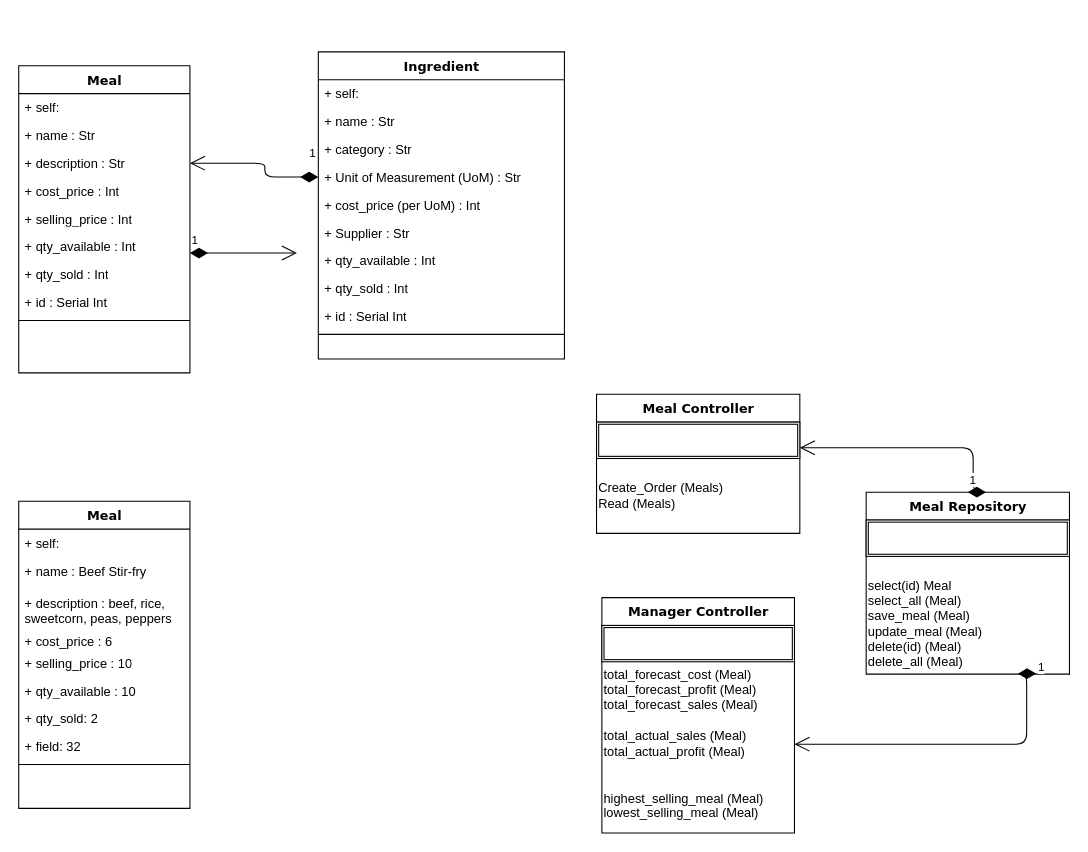
This is documentation/Class Diagram.drawio from KryptoFlamingo/Inventory_Management_App, a draw.io file, before an edit. Source tidied: cells renumbered, new cells numbered last; positions are measured from the earlier drawing's top-left corner, leaving out a move shared by most shapes. Both pictures are drawn from the tidied source at 107%, with x=0, y=0 at pixel (18, 51).
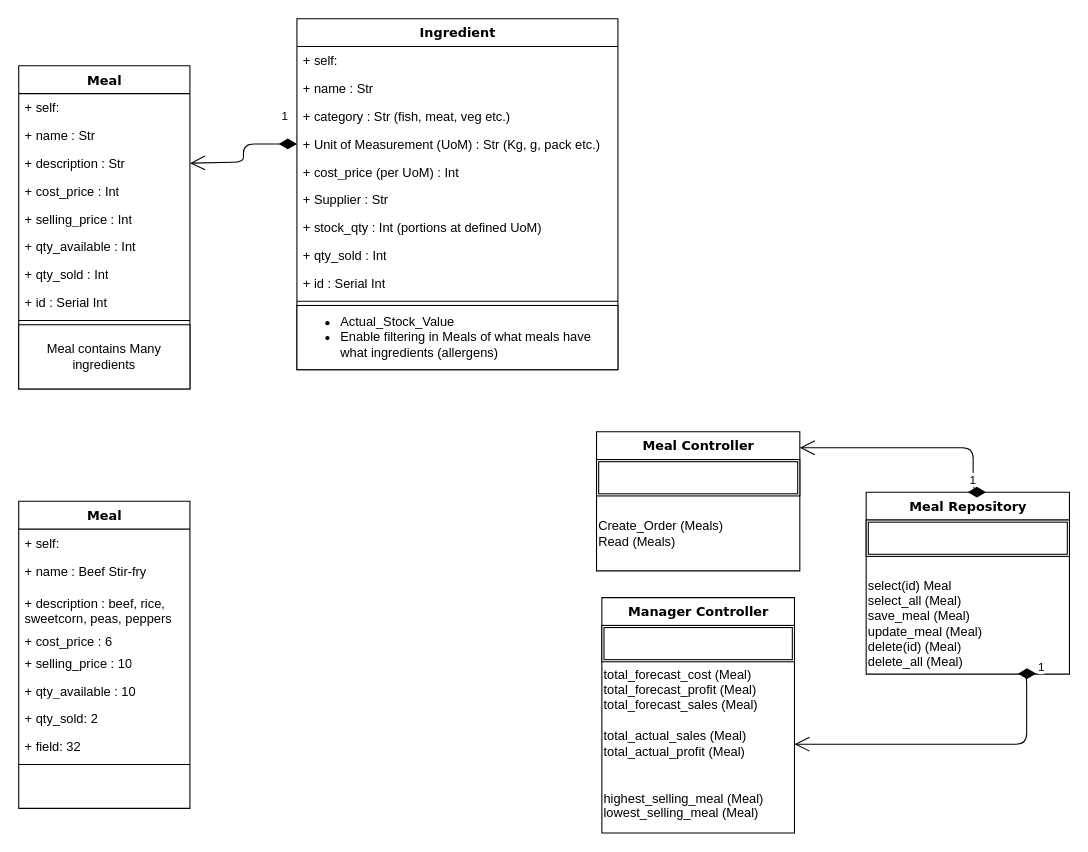
Above is the later version.

The change refers to these unchanged cells:
```xml
<mxCell id="5" value="+ description : Str" style="text;html=1;strokeColor=none;fillColor=none;align=left;verticalAlign=top;spacingLeft=4;spacingRight=4;whiteSpace=wrap;overflow=hidden;points=[[0,0.5],[1,0.5]];portConstraint=eastwest;" parent="2" vertex="1">
  <mxGeometry y="78" width="160" height="26" as="geometry" />
</mxCell>
```

What changed in the source:
```diff
@@
     <mxCell id="2" value="Meal" style="swimlane;html=1;fontStyle=1;align=center;verticalAlign=top;horizontal=1;startSize=26;swimlaneFillColor=#ffffff;rounded=0;shadow=0;comic=0;labelBackgroundColor=none;strokeWidth=1;fillColor=none;fontFamily=Verdana;fontSize=12;" parent="1" vertex="1">
-      <mxGeometry y="13" width="160" height="287" as="geometry" />
+      <mxGeometry y="13" width="160" height="302" as="geometry" />
     </mxCell>
@@
+    <mxCell id="47" value="Meal contains Many ingredients" style="rounded=0;whiteSpace=wrap;html=1;" parent="2" vertex="1">
+      <mxGeometry y="242" width="160" height="60" as="geometry" />
+    </mxCell>
@@
     <mxCell id="16" value="Meal Controller" style="swimlane;html=1;fontStyle=1;align=center;verticalAlign=top;horizontal=1;startSize=26;swimlaneFillColor=#ffffff;rounded=0;shadow=0;comic=0;labelBackgroundColor=none;strokeWidth=1;fillColor=none;fontFamily=Verdana;fontSize=12;" parent="1" vertex="1">
-      <mxGeometry x="540" y="320" width="190" height="130" as="geometry" />
+      <mxGeometry x="540" y="355" width="190" height="130" as="geometry" />
     </mxCell>
@@
-    <mxCell id="19" value="1" style="endArrow=open;html=1;endSize=12;startArrow=diamondThin;startSize=14;startFill=1;edgeStyle=orthogonalEdgeStyle;align=left;verticalAlign=bottom;" parent="1" edge="1">
-      <mxGeometry x="-1" y="3" relative="1" as="geometry">
-        <mxPoint x="160" y="188" as="sourcePoint" />
-        <mxPoint x="260" y="188" as="targetPoint" />
-      </mxGeometry>
-    </mxCell>
     <mxCell id="20" value="1" style="endArrow=open;html=1;endSize=12;startArrow=diamondThin;startSize=14;startFill=1;edgeStyle=orthogonalEdgeStyle;align=left;verticalAlign=bottom;entryX=1;entryY=0.5;entryDx=0;entryDy=0;exitX=0;exitY=0.5;exitDx=0;exitDy=0;" parent="1" edge="1" source="40" target="5">
-      <mxGeometry x="-0.85" y="-13" relative="1" as="geometry">
+      <mxGeometry x="-0.73" y="-17" relative="1" as="geometry">
         <Array as="points">
-          <mxPoint x="230" y="117" />
-          <mxPoint x="230" y="104" />
+          <mxPoint x="210" y="86" />
+          <mxPoint x="210" y="103" />
         </Array>
       </mxGeometry>
     </mxCell>
@@
     <mxCell id="36" value="Ingredient" style="swimlane;html=1;fontStyle=1;align=center;verticalAlign=top;horizontal=1;startSize=26;swimlaneFillColor=#ffffff;rounded=0;shadow=0;comic=0;labelBackgroundColor=none;strokeWidth=1;fillColor=none;fontFamily=Verdana;fontSize=12;" parent="1" vertex="1">
-      <mxGeometry x="280" width="230" height="287" as="geometry" />
+      <mxGeometry x="260" y="-31" width="300" height="328" as="geometry" />
     </mxCell>
     <mxCell id="37" value="+ self:" style="text;html=1;strokeColor=none;fillColor=none;align=left;verticalAlign=top;spacingLeft=4;spacingRight=4;whiteSpace=wrap;overflow=hidden;" parent="36" vertex="1">
-      <mxGeometry y="26" width="230" height="26" as="geometry" />
+      <mxGeometry y="26" width="300" height="26" as="geometry" />
     </mxCell>
     <mxCell id="38" value="+ name : Str" style="text;html=1;strokeColor=none;fillColor=none;align=left;verticalAlign=top;spacingLeft=4;spacingRight=4;whiteSpace=wrap;overflow=hidden;" parent="36" vertex="1">
-      <mxGeometry y="52" width="230" height="26" as="geometry" />
+      <mxGeometry y="52" width="300" height="26" as="geometry" />
     </mxCell>
-    <mxCell id="39" value="+ category : Str" style="text;html=1;strokeColor=none;fillColor=none;align=left;verticalAlign=top;spacingLeft=4;spacingRight=4;whiteSpace=wrap;overflow=hidden;" parent="36" vertex="1">
-      <mxGeometry y="78" width="230" height="26" as="geometry" />
+    <mxCell id="39" value="+ category : Str (fish, meat, veg etc.)" style="text;html=1;strokeColor=none;fillColor=none;align=left;verticalAlign=top;spacingLeft=4;spacingRight=4;whiteSpace=wrap;overflow=hidden;" parent="36" vertex="1">
+      <mxGeometry y="78" width="300" height="26" as="geometry" />
     </mxCell>
-    <mxCell id="40" value="+ Unit of Measurement (UoM) : Str" style="text;html=1;strokeColor=none;fillColor=none;align=left;verticalAlign=top;spacingLeft=4;spacingRight=4;whiteSpace=wrap;overflow=hidden;points=[[0,0.5],[1,0.5]];portConstraint=eastwest;" parent="36" vertex="1">
-      <mxGeometry y="104" width="230" height="26" as="geometry" />
+    <mxCell id="40" value="+ Unit of Measurement (UoM) : Str (Kg, g, pack etc.)" style="text;html=1;strokeColor=none;fillColor=none;align=left;verticalAlign=top;spacingLeft=4;spacingRight=4;whiteSpace=wrap;overflow=hidden;points=[[0,0.5],[1,0.5]];portConstraint=eastwest;" parent="36" vertex="1">
+      <mxGeometry y="104" width="300" height="26" as="geometry" />
     </mxCell>
     <mxCell id="41" value="+ cost_price (per UoM) : Int" style="text;html=1;strokeColor=none;fillColor=none;align=left;verticalAlign=top;spacingLeft=4;spacingRight=4;whiteSpace=wrap;overflow=hidden;" parent="36" vertex="1">
-      <mxGeometry y="130" width="230" height="26" as="geometry" />
+      <mxGeometry y="130" width="300" height="26" as="geometry" />
     </mxCell>
     <mxCell id="42" value="+ Supplier : Str" style="text;html=1;strokeColor=none;fillColor=none;align=left;verticalAlign=top;spacingLeft=4;spacingRight=4;whiteSpace=wrap;overflow=hidden;" parent="36" vertex="1">
-      <mxGeometry y="156" width="230" height="26" as="geometry" />
+      <mxGeometry y="156" width="300" height="26" as="geometry" />
     </mxCell>
-    <mxCell id="43" value="+ qty_available : Int" style="text;html=1;strokeColor=none;fillColor=none;align=left;verticalAlign=top;spacingLeft=4;spacingRight=4;whiteSpace=wrap;overflow=hidden;" parent="36" vertex="1">
-      <mxGeometry y="182" width="230" height="26" as="geometry" />
+    <mxCell id="43" value="+ stock_qty : Int (portions at defined UoM)" style="text;html=1;strokeColor=none;fillColor=none;align=left;verticalAlign=top;spacingLeft=4;spacingRight=4;whiteSpace=wrap;overflow=hidden;" parent="36" vertex="1">
+      <mxGeometry y="182" width="300" height="26" as="geometry" />
     </mxCell>
     <mxCell id="44" value="+ qty_sold : Int" style="text;html=1;strokeColor=none;fillColor=none;align=left;verticalAlign=top;spacingLeft=4;spacingRight=4;whiteSpace=wrap;overflow=hidden;" parent="36" vertex="1">
-      <mxGeometry y="208" width="230" height="26" as="geometry" />
+      <mxGeometry y="208" width="300" height="26" as="geometry" />
     </mxCell>
     <mxCell id="45" value="+ id : Serial Int" style="text;html=1;strokeColor=none;fillColor=none;align=left;verticalAlign=top;spacingLeft=4;spacingRight=4;whiteSpace=wrap;overflow=hidden;" parent="36" vertex="1">
-      <mxGeometry y="234" width="230" height="26" as="geometry" />
+      <mxGeometry y="234" width="300" height="26" as="geometry" />
     </mxCell>
     <mxCell id="46" style="line;html=1;strokeWidth=1;fillColor=none;align=left;verticalAlign=middle;spacingTop=-1;spacingLeft=3;spacingRight=3;labelPosition=right;" parent="36" vertex="1">
-      <mxGeometry y="260" width="230" height="8" as="geometry" />
+      <mxGeometry y="260" width="300" height="8" as="geometry" />
     </mxCell>
+    <mxCell id="48" value="&lt;div style=&quot;text-align: left&quot;&gt;&lt;ul&gt;&lt;li&gt;&lt;span&gt;Actual_Stock_Value&lt;/span&gt;&lt;/li&gt;&lt;li&gt;Enable filtering in Meals of what meals have what ingredients (allergens)&lt;/li&gt;&lt;/ul&gt;&lt;/div&gt;" style="rounded=0;whiteSpace=wrap;html=1;" parent="36" vertex="1">
+      <mxGeometry y="268" width="300" height="60" as="geometry" />
+    </mxCell>
```
